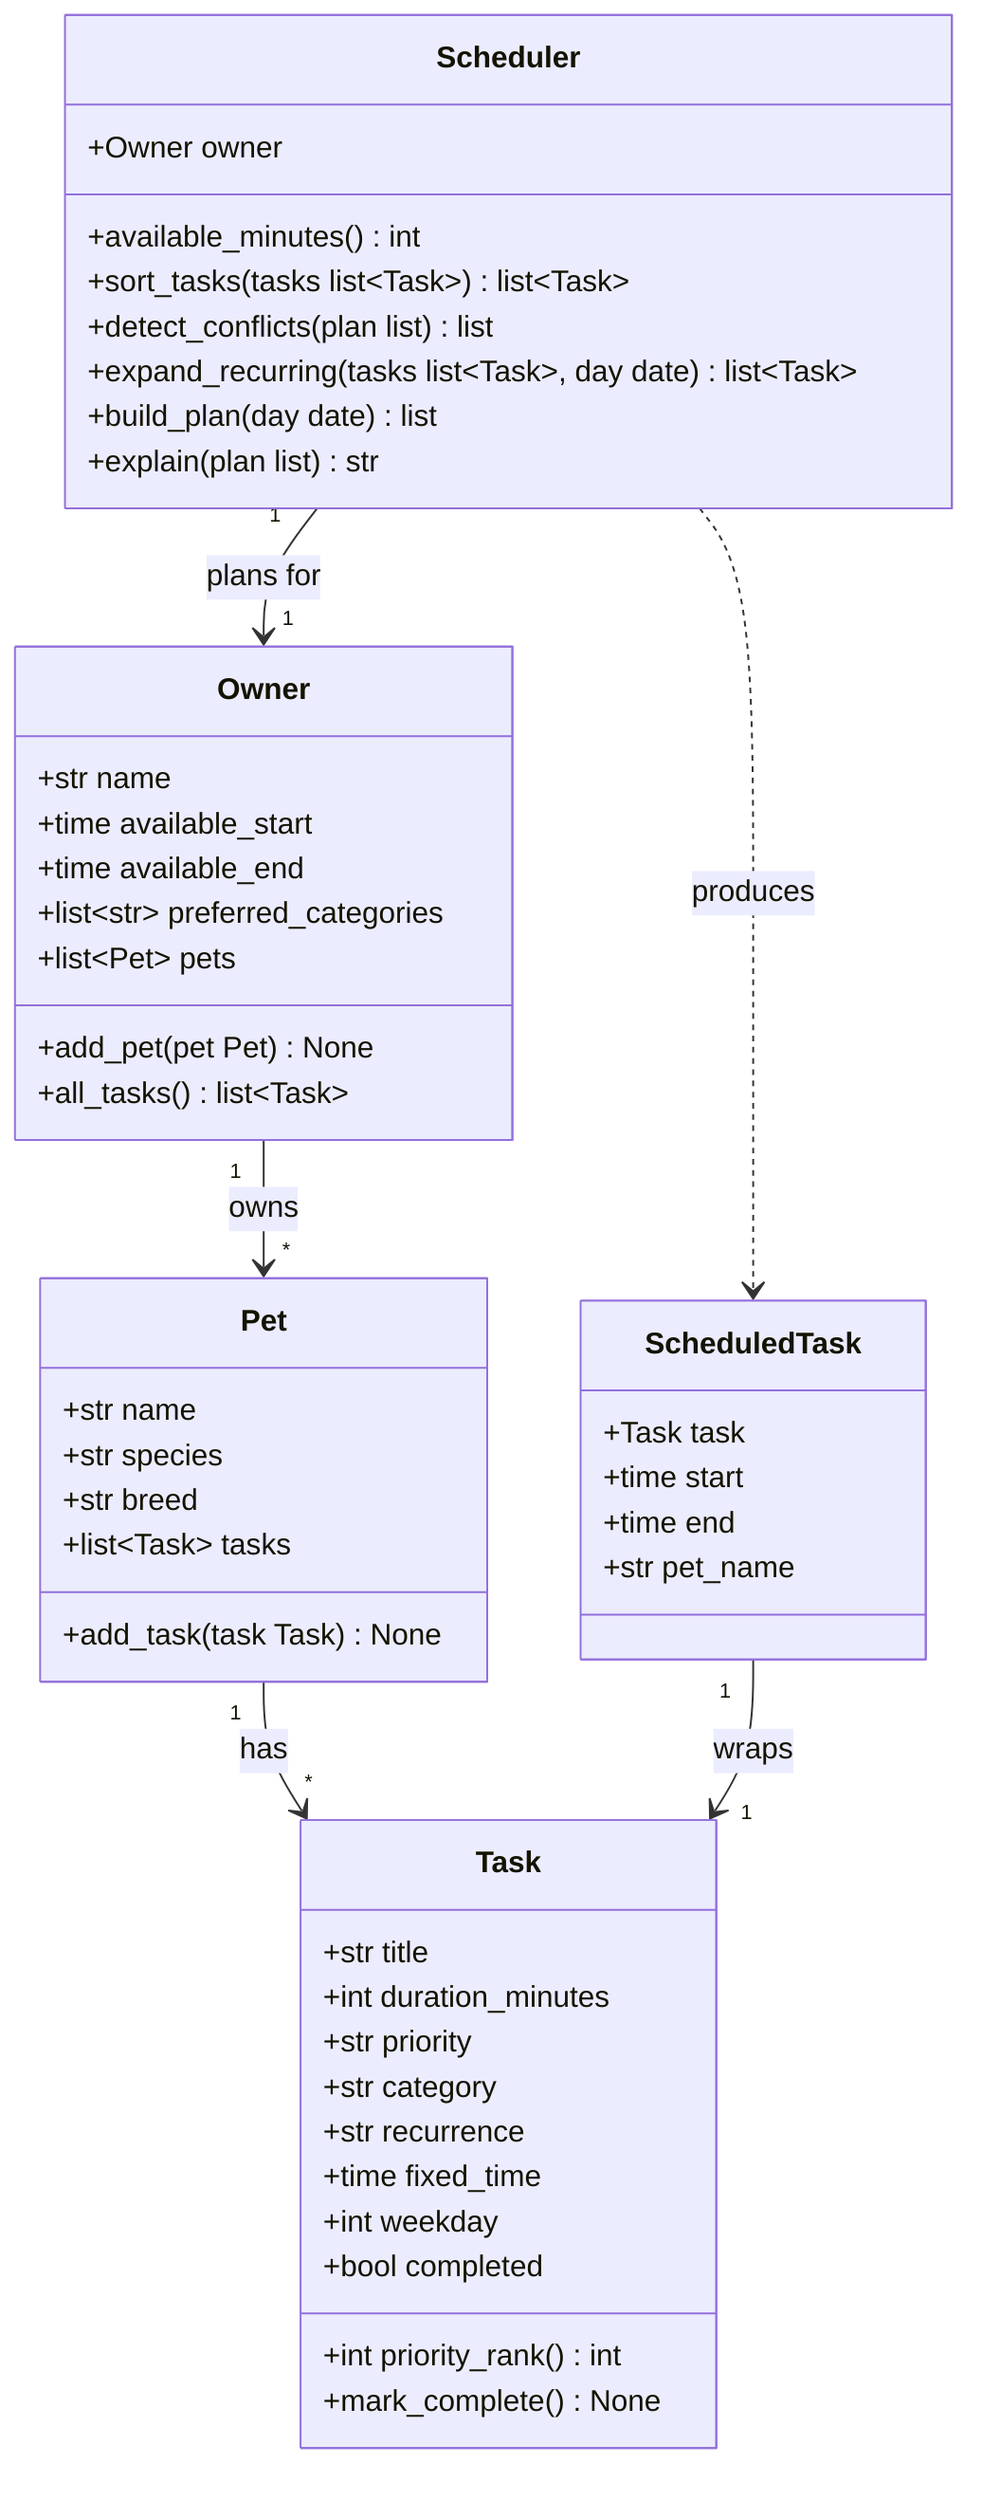
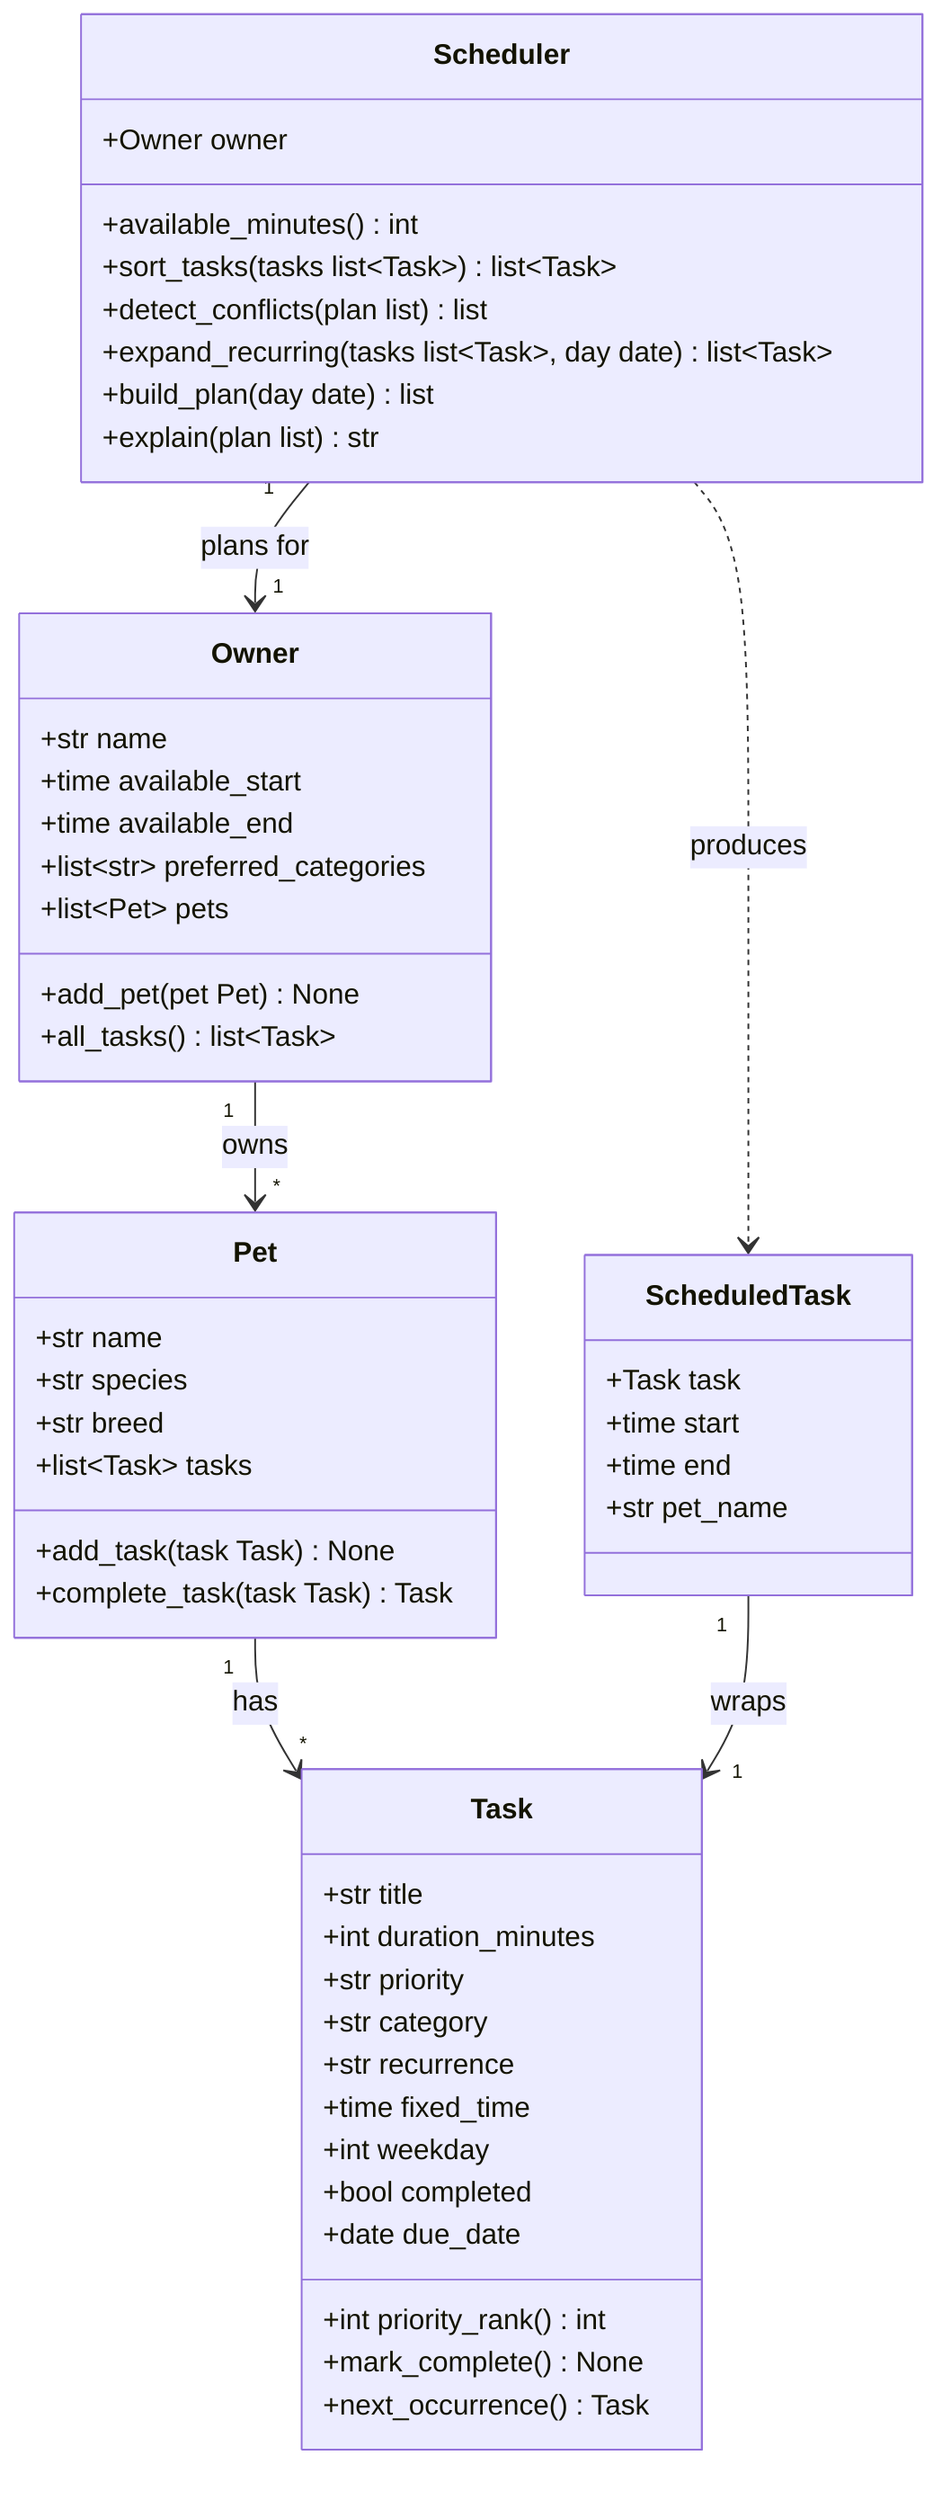
classDiagram
    %% PawPal+ system design (Phase 1 draft).
    %% Keep this file updated so it matches the final implementation in pawpal_system.py.

    class Owner {
        +str name
        +time available_start
        +time available_end
        +list~str~ preferred_categories
        +list~Pet~ pets
        +add_pet(pet Pet) None
        +all_tasks() list~Task~
    }

    class Pet {
        +str name
        +str species
        +str breed
        +list~Task~ tasks
        +add_task(task Task) None
+         +complete_task(task Task) Task
    }

    class Task {
        +str title
        +int duration_minutes
        +str priority
        +str category
        +str recurrence
        +time fixed_time
        +int weekday
        +bool completed
+         +date due_date
        +int priority_rank() int
        +mark_complete() None
+         +next_occurrence() Task
    }

    class ScheduledTask {
        +Task task
        +time start
        +time end
        +str pet_name
    }

    class Scheduler {
        +Owner owner
        +available_minutes() int
        +sort_tasks(tasks list~Task~) list~Task~
        +detect_conflicts(plan list) list
        +expand_recurring(tasks list~Task~, day date) list~Task~
        +build_plan(day date) list
        +explain(plan list) str
    }

    Owner "1" --> "*" Pet : owns
    Pet "1" --> "*" Task : has
    Scheduler "1" --> "1" Owner : plans for
    Scheduler ..> ScheduledTask : produces
    ScheduledTask "1" --> "1" Task : wraps
